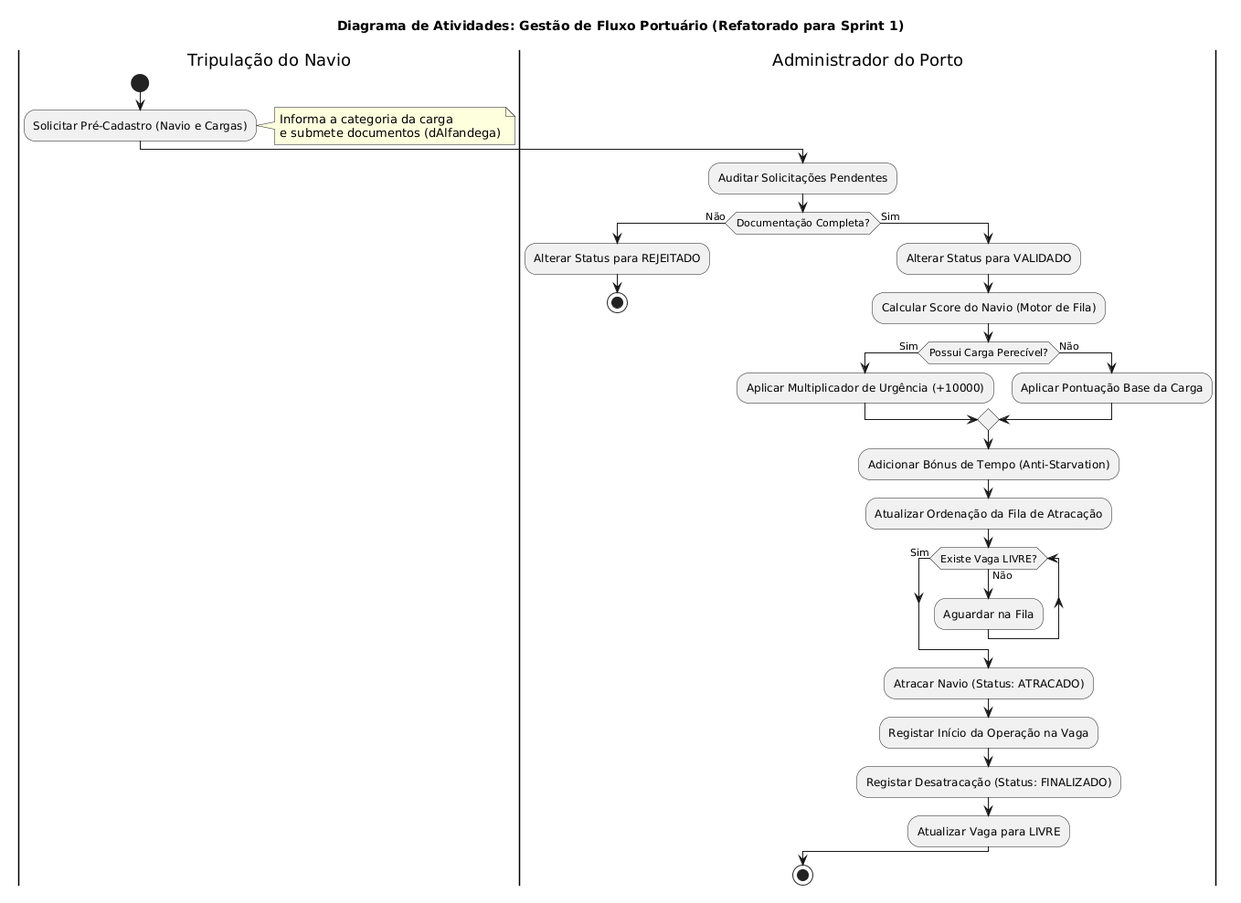
Above: Docs/Diagramas/Imagens/Atividades.png in Lucas2Araujo/App_ADMPortuaria (PlantUML), before the change.
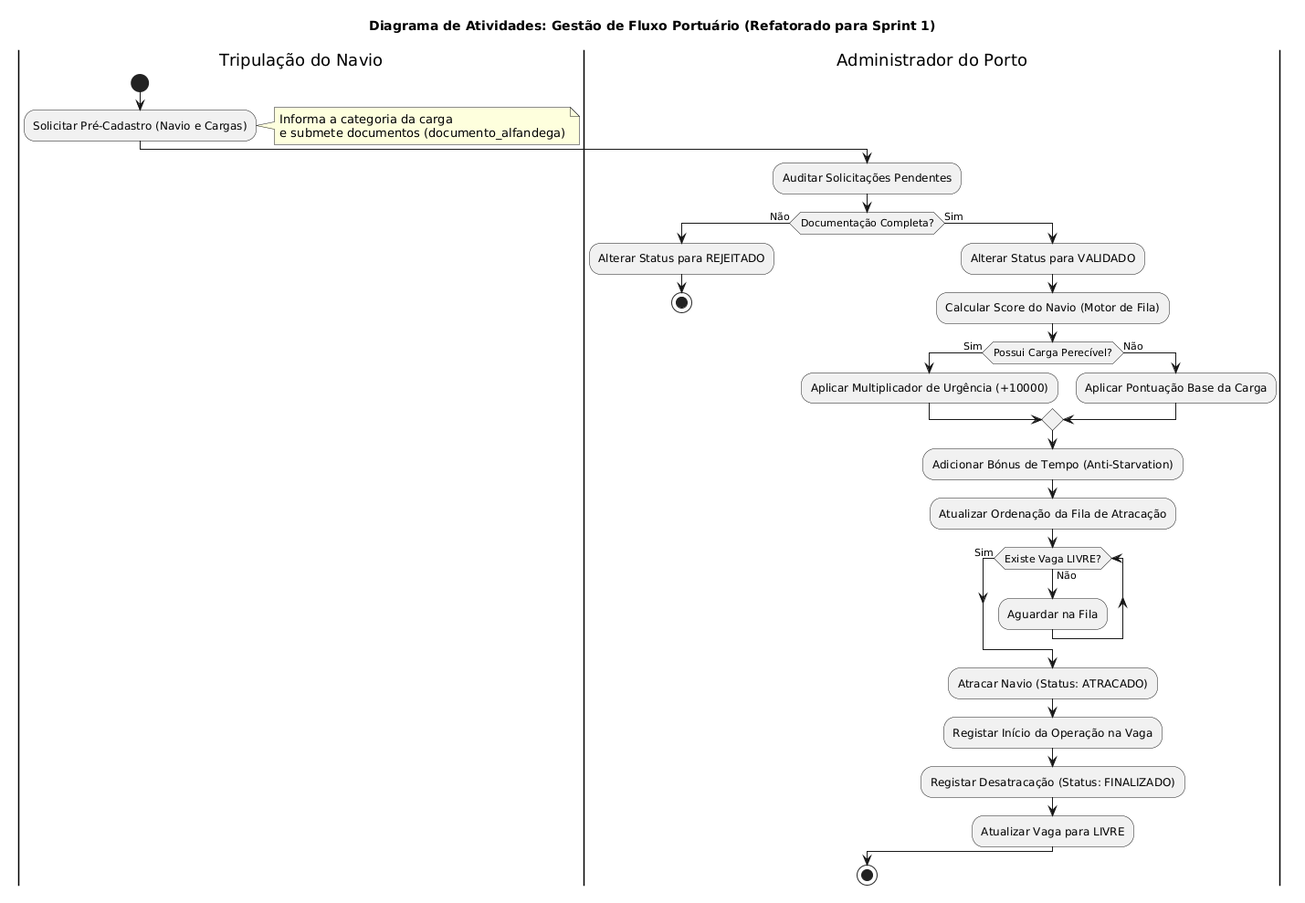
Above is the later version.

What changed in the source:
```diff
@@ -4,7 +4,7 @@
 |Tripulação do Navio|
 start
 :Solicitar Pré-Cadastro (Navio e Cargas);
-note right: Informa a categoria da carga\ne submete documentos (dAlfandega)
+note right: Informa a categoria da carga\ne submete documentos (documento_alfandega)
 
 |Administrador do Porto|
 :Auditar Solicitações Pendentes;
```
